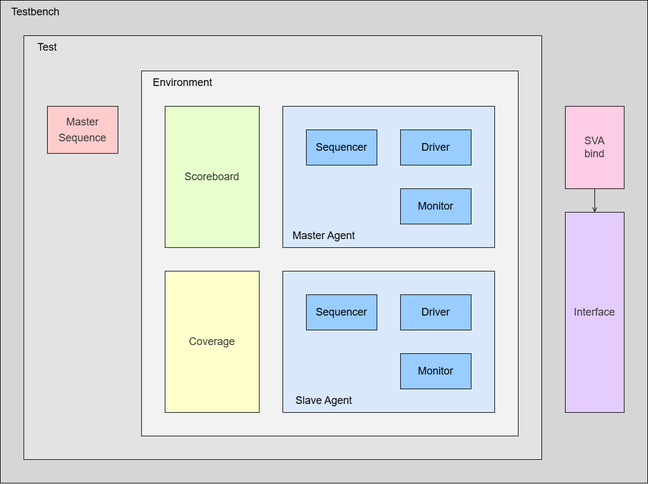
Above: doc/axi4_vip.png in legiahuy15/AMBA-AXI4-VIP (draw.io), before the change. Source tidied: cells renumbered, new cells last; positions are measured from the earlier drawing's top-left corner, leaving out a move shared by most shapes.
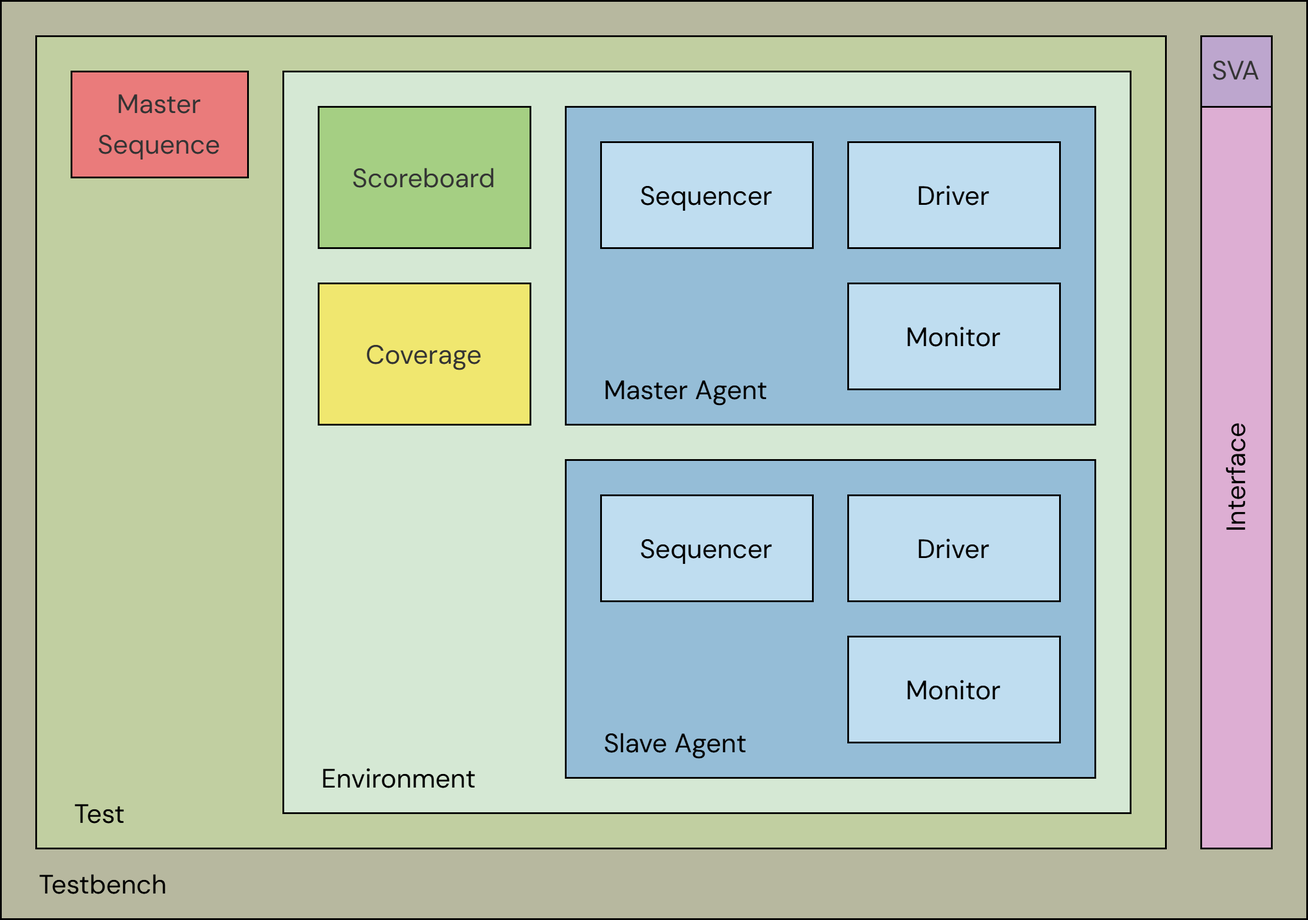
Later version of the same file.

Diff of the diagram source:
```diff
@@ -2,71 +2,71 @@
   <root>
     <mxCell id="0" />
     <mxCell id="1" parent="0" />
-    <mxCell id="2" style="rounded=0;whiteSpace=wrap;html=1;strokeWidth=1;fontSize=18;fontStyle=0;fillColor=#D6D6D6;fontColor=#333333;strokeColor=#000000;gradientColor=none;" parent="1" vertex="1">
-      <mxGeometry width="1100" height="820" as="geometry" />
+    <mxCell id="2" style="rounded=0;whiteSpace=wrap;html=1;strokeWidth=1;fontSize=15;fontStyle=0;fillColor=#B7B89F;fontColor=#333333;strokeColor=#000000;gradientColor=none;fontFamily=DM Sans;fontSource=https%3A%2F%2Ffonts.googleapis.com%2Fcss%3Ffamily%3DDM%2BSans;" parent="1" vertex="1">
+      <mxGeometry x="260" y="160" width="740" height="520" as="geometry" />
     </mxCell>
-    <mxCell id="3" style="rounded=0;whiteSpace=wrap;html=1;strokeWidth=1;fillColor=#E3E3E3;strokeColor=#000000;fontSize=18;fontStyle=0;fontColor=#333333;" parent="1" vertex="1">
-      <mxGeometry x="40" y="60" width="880" height="720" as="geometry" />
+    <mxCell id="3" style="rounded=0;whiteSpace=wrap;html=1;strokeWidth=1;fillColor=#C1CFA1;strokeColor=#000000;fontSize=15;fontStyle=0;fontColor=#333333;fontFamily=DM Sans;fontSource=https%3A%2F%2Ffonts.googleapis.com%2Fcss%3Ffamily%3DDM%2BSans;" parent="1" vertex="1">
+      <mxGeometry x="280" y="180" width="640" height="460" as="geometry" />
     </mxCell>
-    <mxCell id="4" style="rounded=0;whiteSpace=wrap;html=1;strokeWidth=1;fillColor=#F2F2F2;fontColor=#333333;strokeColor=#000000;fontSize=18;fontStyle=0;" parent="1" vertex="1">
-      <mxGeometry x="240" y="120" width="640" height="620" as="geometry" />
+    <mxCell id="4" style="rounded=0;whiteSpace=wrap;html=1;strokeWidth=1;fillColor=#d5e8d4;strokeColor=#000000;fontSize=15;fontStyle=0;fontFamily=DM Sans;fontSource=https%3A%2F%2Ffonts.googleapis.com%2Fcss%3Ffamily%3DDM%2BSans;" parent="1" vertex="1">
+      <mxGeometry x="420" y="200" width="480" height="420" as="geometry" />
     </mxCell>
+    <mxCell id="24" style="rounded=0;whiteSpace=wrap;html=1;strokeWidth=1;fillColor=#95BDD7;strokeColor=#000000;fontSize=15;fontStyle=0;fontFamily=DM Sans;fontSource=https%3A%2F%2Ffonts.googleapis.com%2Fcss%3Ffamily%3DDM%2BSans;" parent="1" vertex="1">
+      <mxGeometry x="580" y="420" width="300" height="180" as="geometry" />
+    </mxCell>
-    <mxCell id="5" value="&lt;font&gt;Environment&lt;/font&gt;" style="text;html=1;whiteSpace=wrap;strokeColor=none;fillColor=none;align=center;verticalAlign=middle;rounded=0;strokeWidth=1;fontSize=18;fontStyle=0;" parent="1" vertex="1">
-      <mxGeometry x="240" y="120" width="140" height="40" as="geometry" />
+    <mxCell id="5" value="&lt;font&gt;Environment&lt;/font&gt;" style="text;html=1;whiteSpace=wrap;strokeColor=none;fillColor=none;align=left;verticalAlign=middle;rounded=0;strokeWidth=1;fontSize=15;fontStyle=0;fontFamily=DM Sans;fontSource=https%3A%2F%2Ffonts.googleapis.com%2Fcss%3Ffamily%3DDM%2BSans;" parent="1" vertex="1">
+      <mxGeometry x="440" y="580" width="120" height="40" as="geometry" />
     </mxCell>
-    <mxCell id="6" style="rounded=0;whiteSpace=wrap;html=1;strokeWidth=1;fillColor=#dae8fc;strokeColor=#000000;fontSize=18;fontStyle=0;" parent="1" vertex="1">
-      <mxGeometry x="480" y="180" width="360" height="240" as="geometry" />
+    <mxCell id="6" style="rounded=0;whiteSpace=wrap;html=1;strokeWidth=1;fillColor=#95BDD7;strokeColor=#000000;fontSize=15;fontStyle=0;fontFamily=DM Sans;fontSource=https%3A%2F%2Ffonts.googleapis.com%2Fcss%3Ffamily%3DDM%2BSans;" parent="1" vertex="1">
+      <mxGeometry x="580" y="220" width="300" height="180" as="geometry" />
     </mxCell>
-    <mxCell id="7" value="&lt;font&gt;Driver&lt;/font&gt;" style="rounded=0;whiteSpace=wrap;html=1;strokeWidth=1;fontSize=18;fontStyle=0;fillColor=#99CCFF;strokeColor=#000000;" parent="1" vertex="1">
-      <mxGeometry x="680" y="220" width="120" height="60" as="geometry" />
+    <mxCell id="7" value="&lt;font&gt;Driver&lt;/font&gt;" style="rounded=0;whiteSpace=wrap;html=1;strokeWidth=1;fontSize=15;fontStyle=0;fillColor=#BFDDF0;strokeColor=#000000;fontFamily=DM Sans;fontSource=https%3A%2F%2Ffonts.googleapis.com%2Fcss%3Ffamily%3DDM%2BSans;" parent="1" vertex="1">
+      <mxGeometry x="740" y="240" width="120" height="60" as="geometry" />
     </mxCell>
-    <mxCell id="8" value="&lt;font&gt;Monitor&lt;/font&gt;" style="rounded=0;whiteSpace=wrap;html=1;strokeWidth=1;fontSize=18;fontStyle=0;fillColor=#99CCFF;strokeColor=#000000;" parent="1" vertex="1">
-      <mxGeometry x="680" y="320" width="120" height="60" as="geometry" />
+    <mxCell id="8" value="&lt;font&gt;Monitor&lt;/font&gt;" style="rounded=0;whiteSpace=wrap;html=1;strokeWidth=1;fontSize=15;fontStyle=0;fillColor=#BFDDF0;strokeColor=#000000;fontFamily=DM Sans;fontSource=https%3A%2F%2Ffonts.googleapis.com%2Fcss%3Ffamily%3DDM%2BSans;" parent="1" vertex="1">
+      <mxGeometry x="740" y="320" width="120" height="60" as="geometry" />
     </mxCell>
-    <mxCell id="9" value="&lt;font&gt;Sequencer&lt;/font&gt;" style="rounded=0;whiteSpace=wrap;html=1;strokeWidth=1;fontSize=18;fontStyle=0;fillColor=#99CCFF;strokeColor=#000000;" parent="1" vertex="1">
-      <mxGeometry x="520" y="220" width="120" height="60" as="geometry" />
+    <mxCell id="9" value="&lt;font&gt;Sequencer&lt;/font&gt;" style="rounded=0;whiteSpace=wrap;html=1;strokeWidth=1;fontSize=15;fontStyle=0;fillColor=#BFDDF0;strokeColor=#000000;fontFamily=DM Sans;fontSource=https%3A%2F%2Ffonts.googleapis.com%2Fcss%3Ffamily%3DDM%2BSans;" parent="1" vertex="1">
+      <mxGeometry x="600" y="240" width="120" height="60" as="geometry" />
     </mxCell>
-    <mxCell id="10" value="&lt;font&gt;Master Agent&lt;/font&gt;" style="text;html=1;whiteSpace=wrap;strokeColor=none;fillColor=none;align=center;verticalAlign=middle;rounded=0;strokeWidth=1;fontSize=18;fontStyle=0;" parent="1" vertex="1">
-      <mxGeometry x="480" y="380" width="140" height="40" as="geometry" />
+    <mxCell id="10" value="&lt;font&gt;Master Agent&lt;/font&gt;" style="text;html=1;whiteSpace=wrap;strokeColor=none;fillColor=none;align=left;verticalAlign=middle;rounded=0;strokeWidth=1;fontSize=15;fontStyle=0;fontFamily=DM Sans;fontSource=https%3A%2F%2Ffonts.googleapis.com%2Fcss%3Ffamily%3DDM%2BSans;" parent="1" vertex="1">
+      <mxGeometry x="600" y="360" width="120" height="40" as="geometry" />
     </mxCell>
-    <mxCell id="11" style="rounded=0;whiteSpace=wrap;html=1;strokeWidth=1;fillColor=#dae8fc;strokeColor=#000000;fontSize=18;fontStyle=0;" parent="1" vertex="1">
-      <mxGeometry x="480" y="460" width="360" height="240" as="geometry" />
-    </mxCell>
-    <mxCell id="12" value="&lt;font&gt;Driver&lt;/font&gt;" style="rounded=0;whiteSpace=wrap;html=1;strokeWidth=1;fontSize=18;fontStyle=0;fillColor=#99CCFF;strokeColor=#000000;" parent="1" vertex="1">
-      <mxGeometry x="680" y="500" width="120" height="60" as="geometry" />
-    </mxCell>
-    <mxCell id="13" value="&lt;font&gt;Monitor&lt;/font&gt;" style="rounded=0;whiteSpace=wrap;html=1;strokeWidth=1;fontSize=18;fontStyle=0;fillColor=#99CCFF;strokeColor=#000000;" parent="1" vertex="1">
-      <mxGeometry x="680" y="600" width="120" height="60" as="geometry" />
-    </mxCell>
-    <mxCell id="14" value="&lt;font&gt;Sequencer&lt;/font&gt;" style="rounded=0;whiteSpace=wrap;html=1;strokeWidth=1;fontSize=18;fontStyle=0;fillColor=#99CCFF;strokeColor=#000000;" parent="1" vertex="1">
-      <mxGeometry x="520" y="500" width="120" height="60" as="geometry" />
-    </mxCell>
-    <mxCell id="15" value="&lt;font&gt;Slave Agent&lt;/font&gt;" style="text;html=1;whiteSpace=wrap;strokeColor=none;fillColor=none;align=center;verticalAlign=middle;rounded=0;strokeWidth=1;fontSize=18;fontStyle=0;" parent="1" vertex="1">
-      <mxGeometry x="480" y="660" width="140" height="40" as="geometry" />
-    </mxCell>
-    <mxCell id="16" value="&lt;font&gt;Test&lt;/font&gt;" style="text;html=1;whiteSpace=wrap;strokeColor=none;fillColor=none;align=center;verticalAlign=middle;rounded=0;strokeWidth=1;fontSize=18;fontStyle=0;" parent="1" vertex="1">
-      <mxGeometry x="40" y="60" width="80" height="40" as="geometry" />
+    <mxCell id="16" value="&lt;font&gt;Test&lt;/font&gt;" style="text;html=1;whiteSpace=wrap;strokeColor=none;fillColor=none;align=left;verticalAlign=middle;rounded=0;strokeWidth=1;fontSize=15;fontStyle=0;fontFamily=DM Sans;fontSource=https%3A%2F%2Ffonts.googleapis.com%2Fcss%3Ffamily%3DDM%2BSans;" parent="1" vertex="1">
+      <mxGeometry x="300" y="600" width="60" height="40" as="geometry" />
     </mxCell>
-    <mxCell id="17" value="&lt;div style=&quot;line-height: 150%;&quot;&gt;&lt;div&gt;&lt;font&gt;Interface&lt;/font&gt;&lt;/div&gt;&lt;/div&gt;" style="rounded=0;whiteSpace=wrap;html=1;strokeWidth=1;fontSize=18;fillColor=#E5CCFF;fontStyle=0;fontColor=#333333;strokeColor=#000000;" parent="1" vertex="1">
-      <mxGeometry x="960" y="360" width="100" height="340" as="geometry" />
+    <mxCell id="17" value="&lt;div style=&quot;line-height: 150%;&quot;&gt;&lt;br&gt;&lt;/div&gt;" style="rounded=0;whiteSpace=wrap;html=1;strokeWidth=1;fontSize=15;fillColor=#DDAED3;fontStyle=0;fontColor=#333333;strokeColor=#000000;fontFamily=DM Sans;fontSource=https%3A%2F%2Ffonts.googleapis.com%2Fcss%3Ffamily%3DDM%2BSans;" parent="1" vertex="1">
+      <mxGeometry x="940" y="180" width="40" height="460" as="geometry" />
     </mxCell>
-    <mxCell id="18" value="&lt;font&gt;Scoreboard&lt;/font&gt;" style="rounded=0;whiteSpace=wrap;html=1;strokeWidth=1;fontSize=18;fillColor=#E6FFCC;fontStyle=0;fontColor=#333333;strokeColor=#000000;" parent="1" vertex="1">
-      <mxGeometry x="280" y="180" width="160" height="240" as="geometry" />
+    <mxCell id="18" value="&lt;font&gt;Scoreboard&lt;/font&gt;" style="rounded=0;whiteSpace=wrap;html=1;strokeWidth=1;fontSize=15;fillColor=#A5CF83;fontStyle=0;fontColor=#333333;strokeColor=#000000;fontFamily=DM Sans;fontSource=https%3A%2F%2Ffonts.googleapis.com%2Fcss%3Ffamily%3DDM%2BSans;" parent="1" vertex="1">
+      <mxGeometry x="440" y="220" width="120" height="80" as="geometry" />
     </mxCell>
-    <mxCell id="19" value="Coverage" style="rounded=0;whiteSpace=wrap;html=1;strokeWidth=1;fontSize=18;fillColor=#FFFFCC;fontStyle=0;fontColor=#333333;strokeColor=#000000;" parent="1" vertex="1">
-      <mxGeometry x="280" y="460" width="160" height="240" as="geometry" />
+    <mxCell id="19" value="Coverage" style="rounded=0;whiteSpace=wrap;html=1;strokeWidth=1;fontSize=15;fillColor=#F0E76F;fontStyle=0;fontColor=#333333;strokeColor=#000000;fontFamily=DM Sans;fontSource=https%3A%2F%2Ffonts.googleapis.com%2Fcss%3Ffamily%3DDM%2BSans;" parent="1" vertex="1">
+      <mxGeometry x="440" y="320" width="120" height="80" as="geometry" />
     </mxCell>
-    <mxCell id="20" value="Testbench" style="text;html=1;whiteSpace=wrap;strokeColor=none;fillColor=none;align=center;verticalAlign=middle;rounded=0;strokeWidth=1;fontSize=18;fontStyle=0;" parent="1" vertex="1">
-      <mxGeometry width="120" height="40" as="geometry" />
+    <mxCell id="20" value="Testbench" style="text;html=1;whiteSpace=wrap;strokeColor=none;fillColor=none;align=left;verticalAlign=middle;rounded=0;strokeWidth=1;fontSize=15;fontStyle=0;fontFamily=DM Sans;fontSource=https%3A%2F%2Ffonts.googleapis.com%2Fcss%3Ffamily%3DDM%2BSans;" parent="1" vertex="1">
+      <mxGeometry x="280" y="640" width="120" height="40" as="geometry" />
     </mxCell>
-    <mxCell id="21" style="edgeStyle=orthogonalEdgeStyle;rounded=0;jettySize=auto;html=1;exitX=0.5;exitY=1;exitDx=0;exitDy=0;entryX=0.5;entryY=0;entryDx=0;entryDy=0;strokeWidth=1;endArrow=open;endFill=0;strokeColor=#000000;fontStyle=0;" parent="1" edge="1" source="22" target="17">
-      <mxGeometry relative="1" as="geometry" />
-    </mxCell>
-    <mxCell id="22" value="&lt;font&gt;SVA&lt;/font&gt;&lt;div&gt;&lt;font&gt;bind&lt;/font&gt;&lt;/div&gt;" style="rounded=0;whiteSpace=wrap;html=1;strokeWidth=1;fontSize=18;fontStyle=0;fillColor=#FFCCE6;fontColor=#333333;strokeColor=#000000;" parent="1" vertex="1">
-      <mxGeometry x="960" y="180" width="100" height="140" as="geometry" />
-    </mxCell>
-    <mxCell id="23" value="&lt;div style=&quot;line-height: 150%;&quot;&gt;&lt;div&gt;Master&lt;/div&gt;&lt;font&gt;Sequence&lt;/font&gt;&lt;/div&gt;" style="rounded=0;whiteSpace=wrap;html=1;strokeWidth=1;fontSize=18;fontStyle=0;fillColor=#FFCCCC;strokeColor=#000000;fontColor=#333333;" parent="1" vertex="1">
-      <mxGeometry x="80" y="180" width="120" height="80" as="geometry" />
+    <mxCell id="23" value="&lt;div style=&quot;line-height: 150%;&quot;&gt;&lt;div&gt;Master&lt;/div&gt;&lt;font&gt;Sequence&lt;/font&gt;&lt;/div&gt;" style="rounded=0;whiteSpace=wrap;html=1;strokeWidth=1;fontSize=15;fontStyle=0;fillColor=#EA7B7B;strokeColor=#000000;fontColor=#333333;fontFamily=DM Sans;fontSource=https%3A%2F%2Ffonts.googleapis.com%2Fcss%3Ffamily%3DDM%2BSans;" parent="1" vertex="1">
+      <mxGeometry x="300" y="200" width="100" height="60" as="geometry" />
     </mxCell>
+    <mxCell id="13" value="&lt;font&gt;Monitor&lt;/font&gt;" style="rounded=0;whiteSpace=wrap;html=1;strokeWidth=1;fontSize=15;fontStyle=0;fillColor=#BFDDF0;strokeColor=#000000;fontFamily=DM Sans;fontSource=https%3A%2F%2Ffonts.googleapis.com%2Fcss%3Ffamily%3DDM%2BSans;" parent="1" vertex="1">
+      <mxGeometry x="740" y="520" width="120" height="60" as="geometry" />
+    </mxCell>
+    <mxCell id="14" value="&lt;font&gt;Sequencer&lt;/font&gt;" style="rounded=0;whiteSpace=wrap;html=1;strokeWidth=1;fontSize=15;fontStyle=0;fillColor=#BFDDF0;strokeColor=#000000;fontFamily=DM Sans;fontSource=https%3A%2F%2Ffonts.googleapis.com%2Fcss%3Ffamily%3DDM%2BSans;" parent="1" vertex="1">
+      <mxGeometry x="600" y="440" width="120" height="60" as="geometry" />
+    </mxCell>
+    <mxCell id="15" value="&lt;font&gt;Slave Agent&lt;/font&gt;" style="text;html=1;whiteSpace=wrap;strokeColor=none;fillColor=none;align=left;verticalAlign=middle;rounded=0;strokeWidth=1;fontSize=15;fontStyle=0;fontFamily=DM Sans;fontSource=https%3A%2F%2Ffonts.googleapis.com%2Fcss%3Ffamily%3DDM%2BSans;" parent="1" vertex="1">
+      <mxGeometry x="600" y="560" width="120" height="40" as="geometry" />
+    </mxCell>
+    <mxCell id="12" value="&lt;font&gt;Driver&lt;/font&gt;" style="rounded=0;whiteSpace=wrap;html=1;strokeWidth=1;fontSize=15;fontStyle=0;fillColor=#BFDDF0;strokeColor=#000000;fontFamily=DM Sans;fontSource=https%3A%2F%2Ffonts.googleapis.com%2Fcss%3Ffamily%3DDM%2BSans;" parent="1" vertex="1">
+      <mxGeometry x="740" y="440" width="120" height="60" as="geometry" />
+    </mxCell>
+    <mxCell id="25" value="&lt;div style=&quot;line-height: 150%;&quot;&gt;&lt;div&gt;SVA&lt;/div&gt;&lt;/div&gt;" style="rounded=0;whiteSpace=wrap;html=1;strokeWidth=1;fontSize=15;fontStyle=0;fillColor=#BDA6CE;strokeColor=#000000;fontColor=#333333;fontFamily=DM Sans;fontSource=https%3A%2F%2Ffonts.googleapis.com%2Fcss%3Ffamily%3DDM%2BSans;" parent="1" vertex="1">
+      <mxGeometry x="940" y="180" width="40" height="40" as="geometry" />
+    </mxCell>
+    <mxCell id="26" value="&lt;font style=&quot;font-size: 15px;&quot;&gt;Interface&lt;/font&gt;" style="text;html=1;whiteSpace=wrap;strokeColor=none;fillColor=none;align=center;verticalAlign=middle;rounded=0;rotation=-90;fontFamily=DM Sans;fontSource=https%3A%2F%2Ffonts.googleapis.com%2Fcss%3Ffamily%3DDM%2BSans;" parent="1" vertex="1">
+      <mxGeometry x="749.5" y="409.5" width="420.4" height="40" as="geometry" />
+    </mxCell>
   </root>
 </mxGraphModel>
```
